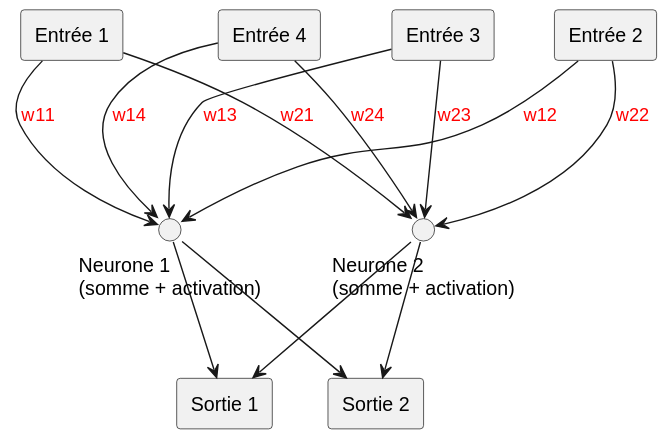
This is datas/diagram.svg from gandalf-the-white/azuma, a PlantUML export, as it was before one commit.
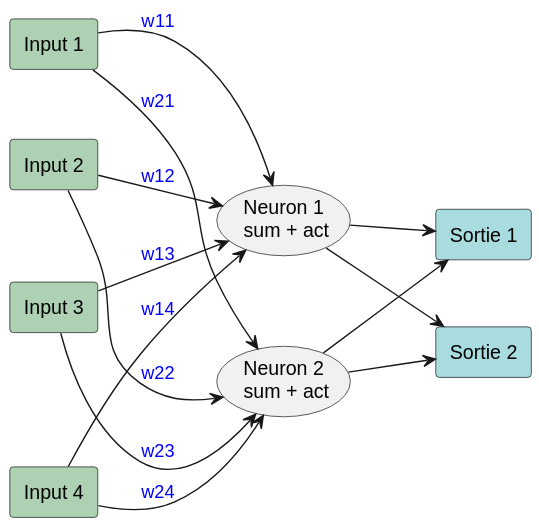
Above is the later version.

The edit, as a diff of the source:
```diff
@@ -2,27 +2,32 @@
 skinparam monochrome false
 skinparam shadowing false
 skinparam defaultFontName Arial
+left to right direction
 
-rectangle "Entrée 3" as input3
-rectangle "Entrée 4" as input4
-rectangle "Entrée 1" as input1
-rectangle "Entrée 2" as input2
+skinparam rectangle<<behavior>> {
+	roundCorner 25
+}
 
-circle "Neurone 1\n(somme + activation)" as hidden1
-circle "Neurone 2\n(somme + activation)" as hidden2
+rectangle "Input 1" as input1 #ADD1B2
+rectangle "Input 4" as input4 #ADD1B2
+rectangle "Input 3" as input3 #ADD1B2
+rectangle "Input 2" as input2 #ADD1B2
 
-rectangle "Sortie 1" as output1
-rectangle "Sortie 2" as output2
+usecase "Neuron 1\n sum + act" as hidden1
+usecase "Neuron 2\n sum + act" as hidden2
 
-input1 --> hidden1 #text:red : w11
-input2 --> hidden1 #text:red : w12
-input3 --> hidden1 #text:red : w13
-input4 --> hidden1 #text:red : w14
+rectangle "Sortie 1" as output1 #A9DCDF
+rectangle "Sortie 2" as output2 #A9DCDF
 
-input1 --> hidden2 #text:red : w21
-input2 --> hidden2 #text:red : w22
-input3 --> hidden2 #text:red : w23
-input4 --> hidden2 #text:red : w24
+input1 --> hidden1 #text:blue : w11
+input2 --> hidden1 #text:blue : w12
+input3 --> hidden1 #text:blue : w13
+input4 --> hidden1 #text:blue : w14
+
+input1 --> hidden2 #text:blue : w21
+input2 --> hidden2 #text:blue : w22
+input3 --> hidden2 #text:blue : w23
+input4 --> hidden2 #text:blue : w24
 
 hidden1 --> output1
 hidden2 --> output1
```
